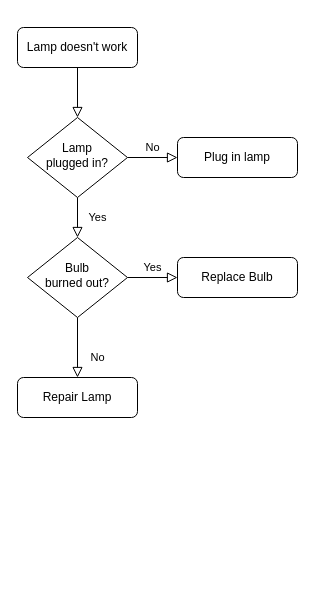
Earlier version of the draw.io diagram Untitled Diagram.drawio (Kalyani011/UTLTrainingJava). Source tidied: cells renumbered, new cells numbered last; positions are measured from the earlier drawing's top-left corner, leaving out a move shared by most shapes. Both pictures are drawn from the tidied source at 100%, with x=0, y=0 at pixel (17, 27).
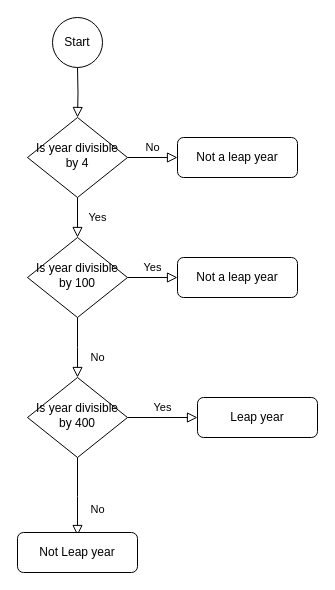
The same page after the edit.

Diff of the diagram source:
```diff
@@
 <mxGraphModel>
   <root>
     <mxCell id="0" />
     <mxCell id="1" parent="0" />
-    <mxCell id="2" style="rounded=0;html=1;jettySize=auto;fontSize=11;endArrow=block;endFill=0;endSize=8;strokeWidth=1;shadow=0;labelBackgroundColor=none;edgeStyle=orthogonalEdgeStyle;" parent="1" edge="1" source="3" target="6">
-      <mxGeometry relative="1" as="geometry" />
+    <mxCell id="2" style="rounded=0;html=1;jettySize=auto;fontSize=11;endArrow=block;endFill=0;endSize=8;strokeWidth=1;shadow=0;labelBackgroundColor=none;edgeStyle=orthogonalEdgeStyle;" parent="1" edge="1" target="6">
+      <mxGeometry relative="1" as="geometry">
+        <mxPoint x="60" y="40" as="sourcePoint" />
+      </mxGeometry>
     </mxCell>
-    <mxCell id="3" value="Lamp doesn't work" style="rounded=1;whiteSpace=wrap;html=1;fontSize=12;glass=0;strokeWidth=1;shadow=0;" parent="1" vertex="1">
-      <mxGeometry width="120" height="40" as="geometry" />
-    </mxCell>
     <mxCell id="4" value="Yes" style="rounded=0;html=1;jettySize=auto;fontSize=11;endArrow=block;endFill=0;endSize=8;strokeWidth=1;shadow=0;labelBackgroundColor=none;edgeStyle=orthogonalEdgeStyle;" parent="1" edge="1" source="6" target="10">
       <mxGeometry y="20" relative="1" as="geometry" />
     </mxCell>
     <mxCell id="5" value="No" style="edgeStyle=orthogonalEdgeStyle;rounded=0;html=1;jettySize=auto;fontSize=11;endArrow=block;endFill=0;endSize=8;strokeWidth=1;shadow=0;labelBackgroundColor=none;" parent="1" edge="1" source="6" target="7">
       <mxGeometry y="10" relative="1" as="geometry" />
     </mxCell>
-    <mxCell id="6" value="Lamp&lt;br&gt;plugged in?" style="rhombus;whiteSpace=wrap;html=1;shadow=0;fontFamily=Helvetica;fontSize=12;align=center;strokeWidth=1;spacing=6;spacingTop=-4;" parent="1" vertex="1">
+    <mxCell id="6" value="Is year divisible by 4" style="rhombus;whiteSpace=wrap;html=1;shadow=0;fontFamily=Helvetica;fontSize=12;align=center;strokeWidth=1;spacing=6;spacingTop=-4;" parent="1" vertex="1">
       <mxGeometry x="10" y="90" width="100" height="80" as="geometry" />
     </mxCell>
-    <mxCell id="7" value="Plug in lamp" style="rounded=1;whiteSpace=wrap;html=1;fontSize=12;glass=0;strokeWidth=1;shadow=0;" parent="1" vertex="1">
+    <mxCell id="7" value="Not a leap year" style="rounded=1;whiteSpace=wrap;html=1;fontSize=12;glass=0;strokeWidth=1;shadow=0;" parent="1" vertex="1">
       <mxGeometry x="160" y="110" width="120" height="40" as="geometry" />
     </mxCell>
-    <mxCell id="8" value="No" style="rounded=0;html=1;jettySize=auto;fontSize=11;endArrow=block;endFill=0;endSize=8;strokeWidth=1;shadow=0;labelBackgroundColor=none;edgeStyle=orthogonalEdgeStyle;" parent="1" edge="1" source="10" target="11">
-      <mxGeometry x="0.33" y="20" relative="1" as="geometry" />
+    <mxCell id="8" value="No" style="rounded=0;html=1;jettySize=auto;fontSize=11;endArrow=block;endFill=0;endSize=8;strokeWidth=1;shadow=0;labelBackgroundColor=none;edgeStyle=orthogonalEdgeStyle;" parent="1" edge="1" source="10">
+      <mxGeometry x="0.33" y="20" relative="1" as="geometry">
+        <mxPoint x="60" y="350" as="targetPoint" />
+      </mxGeometry>
     </mxCell>
     <mxCell id="9" value="Yes" style="edgeStyle=orthogonalEdgeStyle;rounded=0;html=1;jettySize=auto;fontSize=11;endArrow=block;endFill=0;endSize=8;strokeWidth=1;shadow=0;labelBackgroundColor=none;" parent="1" edge="1" source="10" target="12">
       <mxGeometry y="10" relative="1" as="geometry" />
     </mxCell>
-    <mxCell id="10" value="Bulb&lt;br&gt;burned out?" style="rhombus;whiteSpace=wrap;html=1;shadow=0;fontFamily=Helvetica;fontSize=12;align=center;strokeWidth=1;spacing=6;spacingTop=-4;" parent="1" vertex="1">
+    <mxCell id="10" value="Is year divisible by 100" style="rhombus;whiteSpace=wrap;html=1;shadow=0;fontFamily=Helvetica;fontSize=12;align=center;strokeWidth=1;spacing=6;spacingTop=-4;" parent="1" vertex="1">
       <mxGeometry x="10" y="210" width="100" height="80" as="geometry" />
     </mxCell>
-    <mxCell id="11" value="Repair Lamp" style="rounded=1;whiteSpace=wrap;html=1;fontSize=12;glass=0;strokeWidth=1;shadow=0;" parent="1" vertex="1">
-      <mxGeometry y="350" width="120" height="40" as="geometry" />
-    </mxCell>
-    <mxCell id="12" value="Replace Bulb" style="rounded=1;whiteSpace=wrap;html=1;fontSize=12;glass=0;strokeWidth=1;shadow=0;" parent="1" vertex="1">
+    <mxCell id="12" value="Not a leap year" style="rounded=1;whiteSpace=wrap;html=1;fontSize=12;glass=0;strokeWidth=1;shadow=0;" parent="1" vertex="1">
       <mxGeometry x="160" y="230" width="120" height="40" as="geometry" />
     </mxCell>
+    <mxCell id="13" value="Start" style="ellipse;whiteSpace=wrap;html=1;" parent="1" vertex="1">
+      <mxGeometry x="35" y="-10" width="50" height="50" as="geometry" />
+    </mxCell>
+    <mxCell id="14" value="Is year divisible by 400" style="rhombus;whiteSpace=wrap;html=1;shadow=0;fontFamily=Helvetica;fontSize=12;align=center;strokeWidth=1;spacing=6;spacingTop=-4;" parent="1" vertex="1">
+      <mxGeometry x="10" y="350" width="100" height="80" as="geometry" />
+    </mxCell>
+    <mxCell id="15" value="Yes" style="edgeStyle=orthogonalEdgeStyle;rounded=0;html=1;jettySize=auto;orthogonalLoop=1;fontSize=11;endArrow=block;endFill=0;endSize=8;strokeWidth=1;shadow=0;labelBackgroundColor=none;" parent="1" edge="1">
+      <mxGeometry y="10" relative="1" as="geometry">
+        <mxPoint x="110" y="390" as="sourcePoint" />
+        <mxPoint x="180" y="390" as="targetPoint" />
+      </mxGeometry>
+    </mxCell>
+    <mxCell id="16" value="Leap year" style="rounded=1;whiteSpace=wrap;html=1;fontSize=12;glass=0;strokeWidth=1;shadow=0;" parent="1" vertex="1">
+      <mxGeometry x="180" y="370" width="120" height="40" as="geometry" />
+    </mxCell>
+    <mxCell id="17" value="No" style="rounded=0;html=1;jettySize=auto;fontSize=11;endArrow=block;endFill=0;endSize=8;strokeWidth=1;shadow=0;labelBackgroundColor=none;edgeStyle=orthogonalEdgeStyle;exitX=0.5;exitY=1;exitDx=0;exitDy=0;" parent="1" edge="1" source="14">
+      <mxGeometry x="0.33" y="20" relative="1" as="geometry">
+        <mxPoint x="60" y="508" as="targetPoint" />
+      </mxGeometry>
+    </mxCell>
+    <mxCell id="18" value="Not Leap year" style="rounded=1;whiteSpace=wrap;html=1;fontSize=12;glass=0;strokeWidth=1;shadow=0;" parent="1" vertex="1">
+      <mxGeometry y="505" width="120" height="40" as="geometry" />
+    </mxCell>
   </root>
 </mxGraphModel>
```
